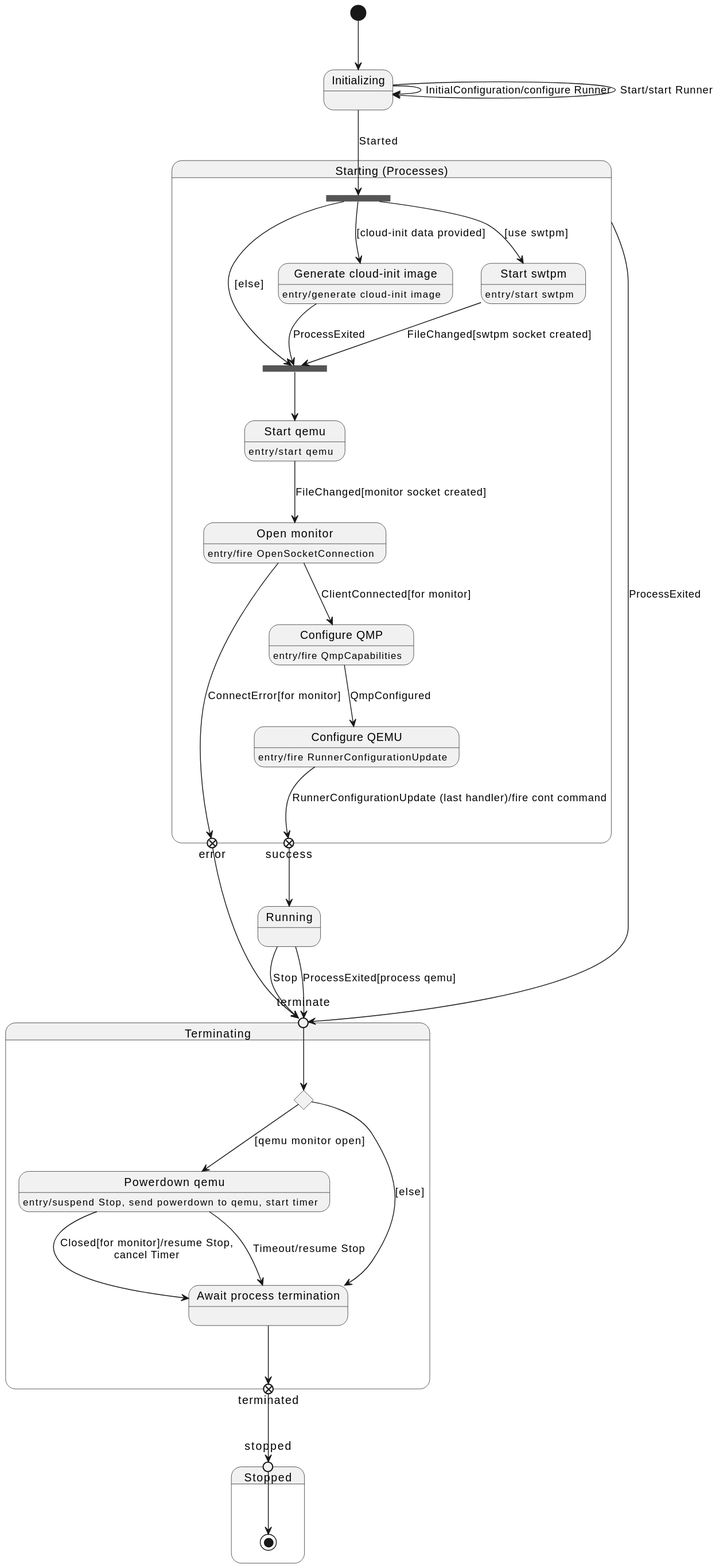
Before: javadoc/org/jdrupes/vmoperator/runner/qemu/RunnerStates.svg, a diagram exported from PlantUML (mnlipp/VM-Operator).
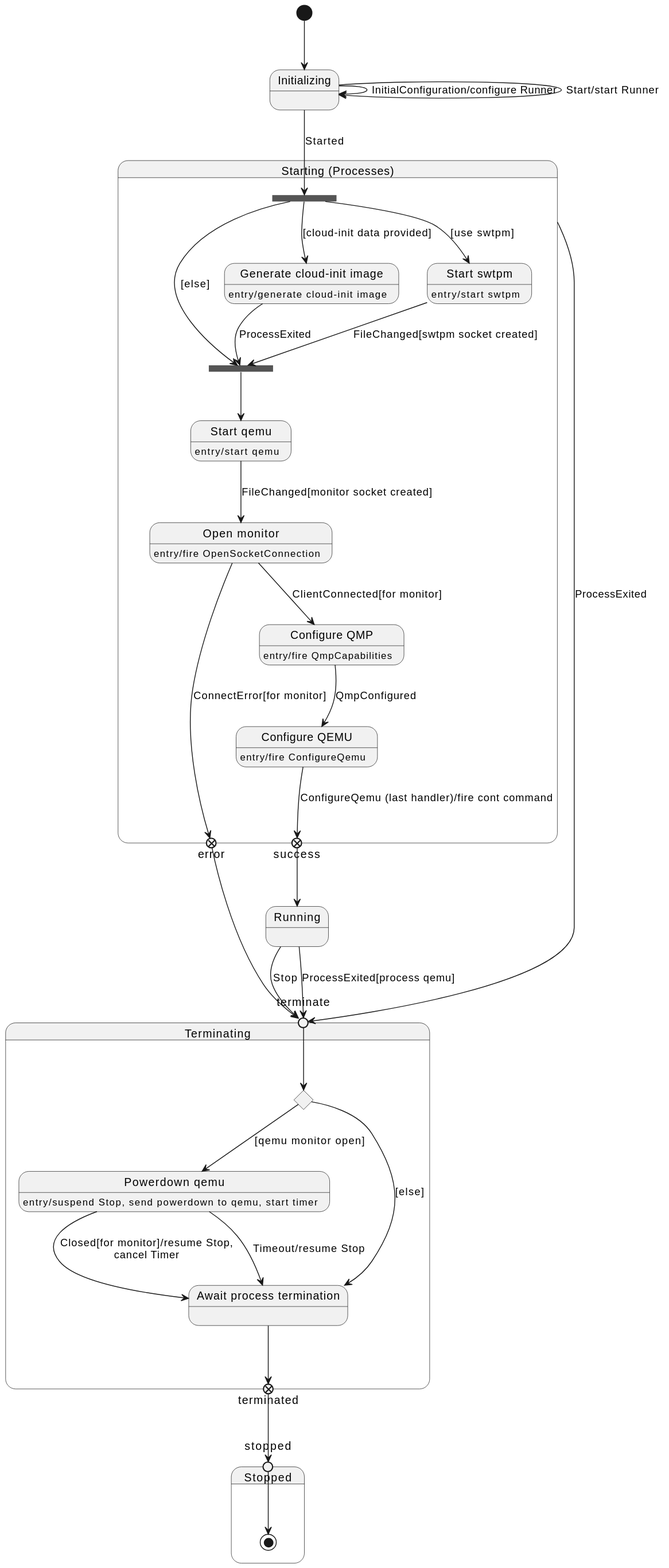
The same file after the commit.

Diff of the diagram source:
```diff
@@ -36,8 +36,8 @@
      waitForConfigured: entry/fire QmpCapabilities
      waitForConfigured --> configure: QmpConfigured
 
-     configure: entry/fire RunnerConfigurationUpdate
-     configure --> success: RunnerConfigurationUpdate (last handler)/fire cont command
+     configure: entry/fire ConfigureQemu
+     configure --> success: ConfigureQemu (last handler)/fire cont command
  }
 
  Initializing --> prepFork: Started
```
